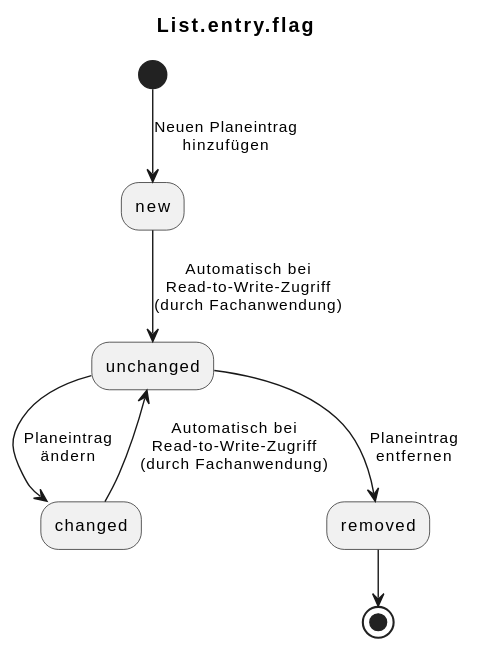
Before: input/images/plantuml/stateDiagram_list_flag.svg, a diagram exported from PlantUML (HL7Austria/ELGA-e-Medikation-R4). Source of this version:
```plantuml
@startuml
title List.entry.flag

(*) -d-> [Neuen Planeintrag\nhinzufügen] new
new --> [Automatisch bei\nRead-to-Write-Zugriff\n(durch Fachanwendung)] unchanged
changed --> [Automatisch bei\nRead-to-Write-Zugriff\n(durch Fachanwendung)] unchanged
unchanged --> [Planeintrag\nändern] changed
unchanged -d-> [Planeintrag\nentfernen] removed
removed  -d-> (*)
@enduml
```
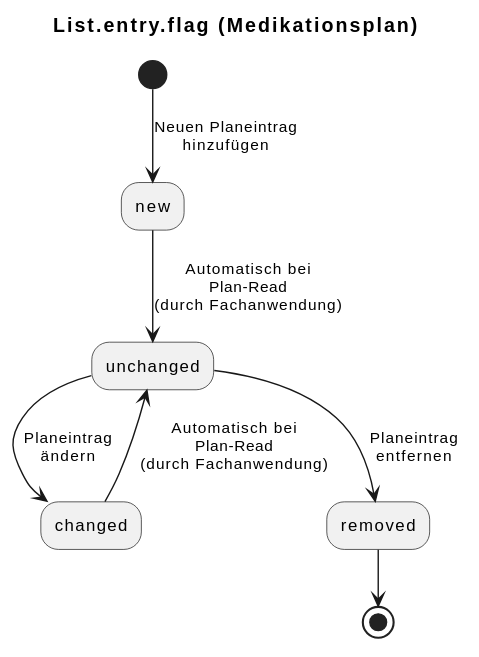
The same file after the commit.

The edit, as a diff of the source:
```diff
@@ -1,9 +1,9 @@
 @startuml
-title List.entry.flag
+title List.entry.flag (Medikationsplan)
 
 (*) -d-> [Neuen Planeintrag\nhinzufügen] new
-new --> [Automatisch bei\nRead-to-Write-Zugriff\n(durch Fachanwendung)] unchanged
-changed --> [Automatisch bei\nRead-to-Write-Zugriff\n(durch Fachanwendung)] unchanged
+new --> [Automatisch bei\nPlan-Read\n(durch Fachanwendung)] unchanged
+changed --> [Automatisch bei\nPlan-Read\n(durch Fachanwendung)] unchanged
 unchanged --> [Planeintrag\nändern] changed
 unchanged -d-> [Planeintrag\nentfernen] removed
 removed  -d-> (*)
```
